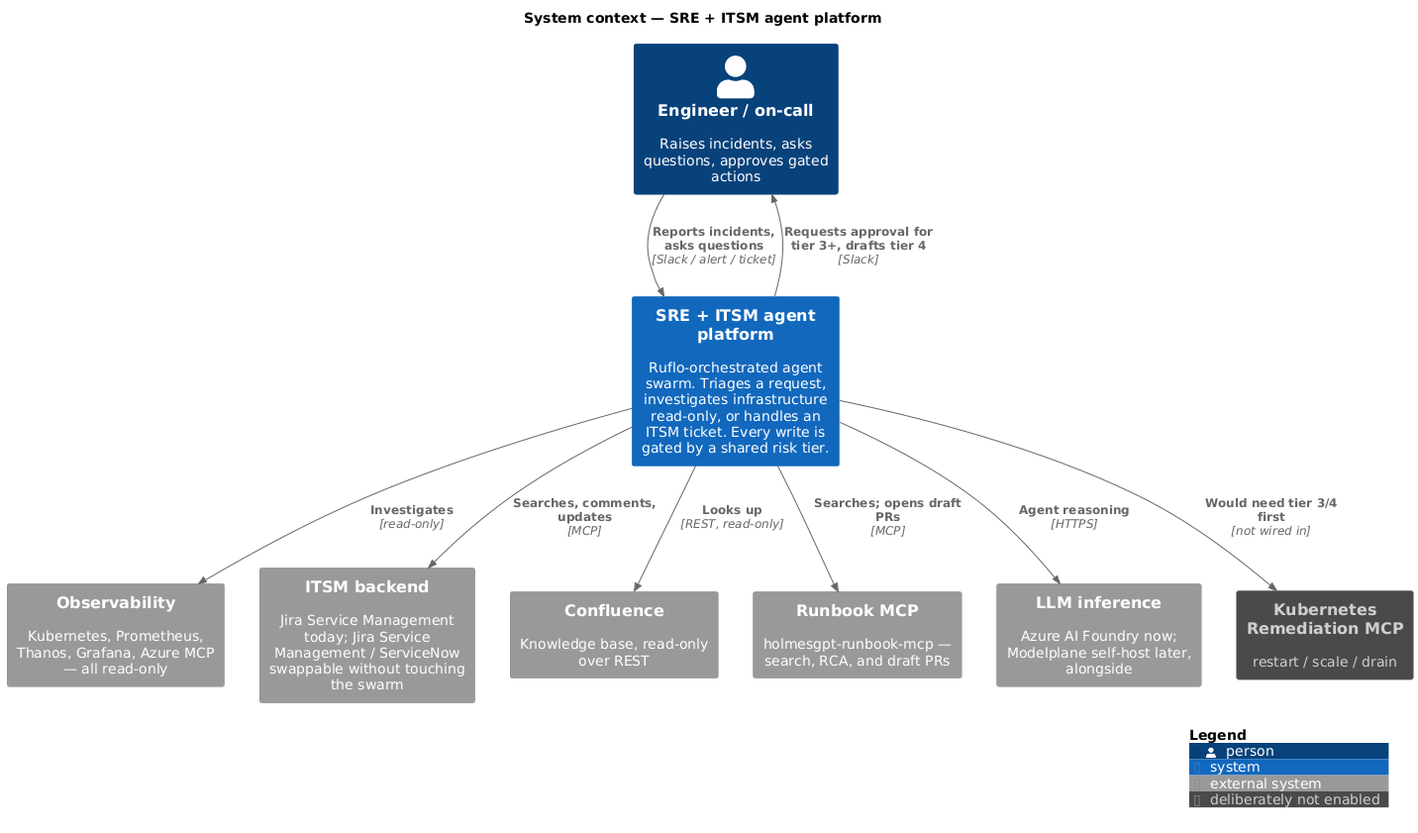
Above: images/external/c4-context.png in polarpoint-io/platform-agent-stack (PlantUML), before the change.
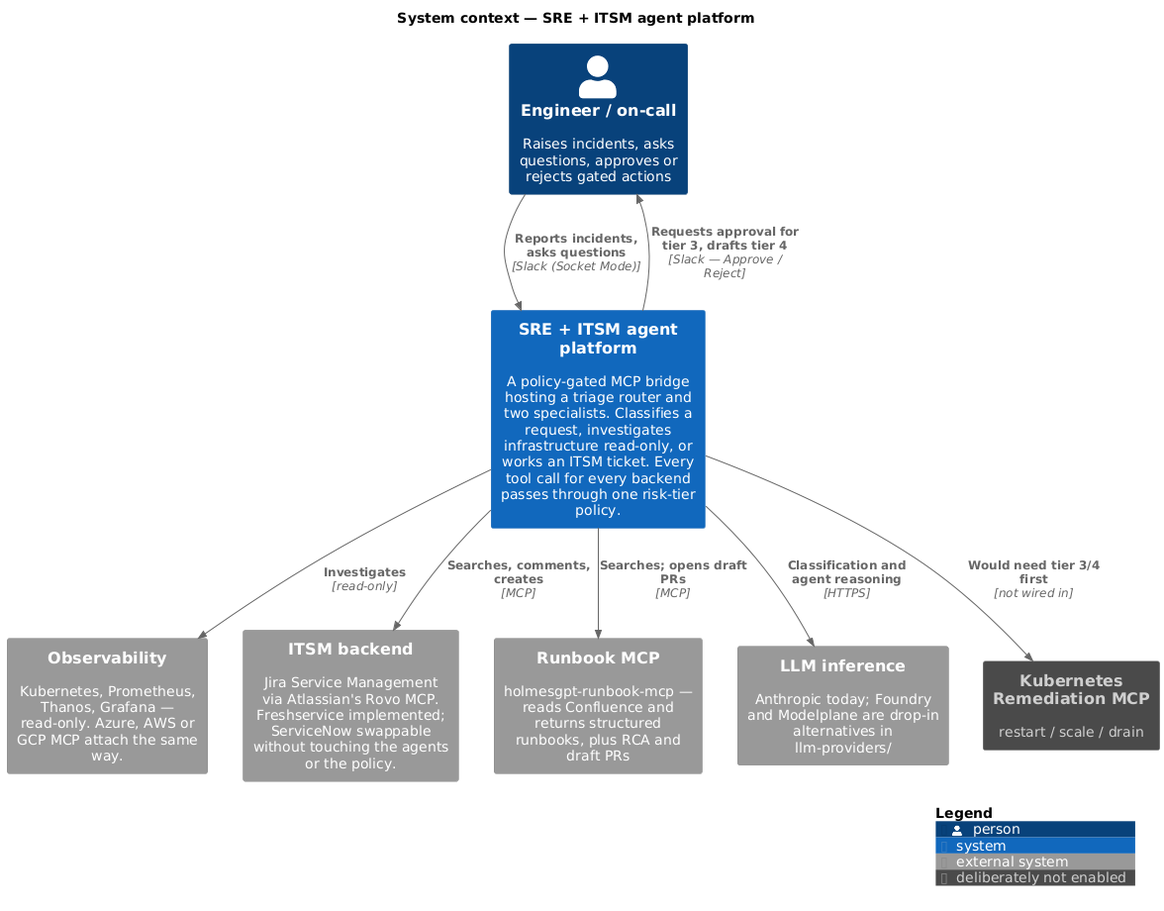
The same file after the commit.

Commit message:
docs: drop Ruflo from the diagrams, and correct what else had gone stale

The edit, as a diff of the source:
```diff
@@ -5,24 +5,22 @@
 
 AddElementTag("notEnabled", $bgColor="#4a4a4a", $fontColor="#cfcfcf", $borderColor="#8a8a8a", $legendText="deliberately not enabled")
 
-Person(engineer, "Engineer / on-call", "Raises incidents, asks questions, approves gated actions")
+Person(engineer, "Engineer / on-call", "Raises incidents, asks questions, approves or rejects gated actions")
 
-System(platform, "SRE + ITSM agent platform", "Ruflo-orchestrated agent swarm. Triages a request, investigates infrastructure read-only, or handles an ITSM ticket. Every write is gated by a shared risk tier.")
+System(platform, "SRE + ITSM agent platform", "A policy-gated MCP bridge hosting a triage router and two specialists. Classifies a request, investigates infrastructure read-only, or works an ITSM ticket. Every tool call for every backend passes through one risk-tier policy.")
 
-System_Ext(obs, "Observability", "Kubernetes, Prometheus, Thanos, Grafana, Azure MCP — all read-only")
-System_Ext(itsm, "ITSM backend", "Jira Service Management today; Jira Service Management / ServiceNow swappable without touching the swarm")
-System_Ext(confluence, "Confluence", "Knowledge base, read-only over REST")
-System_Ext(runbooks, "Runbook MCP", "holmesgpt-runbook-mcp — search, RCA, and draft PRs")
-System_Ext(llm, "LLM inference", "Azure AI Foundry now; Modelplane self-host later, alongside")
+System_Ext(obs, "Observability", "Kubernetes, Prometheus, Thanos, Grafana — read-only. Azure, AWS or GCP MCP attach the same way.")
+System_Ext(itsm, "ITSM backend", "Jira Service Management via Atlassian's Rovo MCP. Freshservice implemented; ServiceNow swappable without touching the agents or the policy.")
+System_Ext(runbooks, "Runbook MCP", "holmesgpt-runbook-mcp — reads Confluence and returns structured runbooks, plus RCA and draft PRs")
+System_Ext(llm, "LLM inference", "Anthropic today; Foundry and Modelplane are drop-in alternatives in llm-providers/")
 System_Ext(remediation, "Kubernetes Remediation MCP", "restart / scale / drain", $tags="notEnabled")
 
-Rel(engineer, platform, "Reports incidents, asks questions", "Slack / alert / ticket")
-Rel(platform, engineer, "Requests approval for tier 3+, drafts tier 4", "Slack")
+Rel(engineer, platform, "Reports incidents, asks questions", "Slack (Socket Mode)")
+Rel(platform, engineer, "Requests approval for tier 3, drafts tier 4", "Slack — Approve / Reject")
 Rel(platform, obs, "Investigates", "read-only")
-Rel(platform, itsm, "Searches, comments, updates", "MCP")
-Rel(platform, confluence, "Looks up", "REST, read-only")
+Rel(platform, itsm, "Searches, comments, creates", "MCP")
 Rel(platform, runbooks, "Searches; opens draft PRs", "MCP")
-Rel(platform, llm, "Agent reasoning", "HTTPS")
+Rel(platform, llm, "Classification and agent reasoning", "HTTPS")
 Rel_D(platform, remediation, "Would need tier 3/4 first", "not wired in")
 
 SHOW_LEGEND()
```
